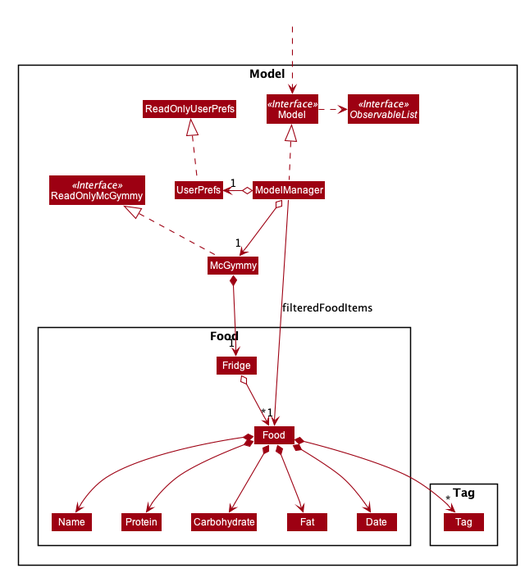
The PlantUML diagram docs/images/ModelClassDiagram.png in nus-cs2103-AY2021S1/tp, before a commit.
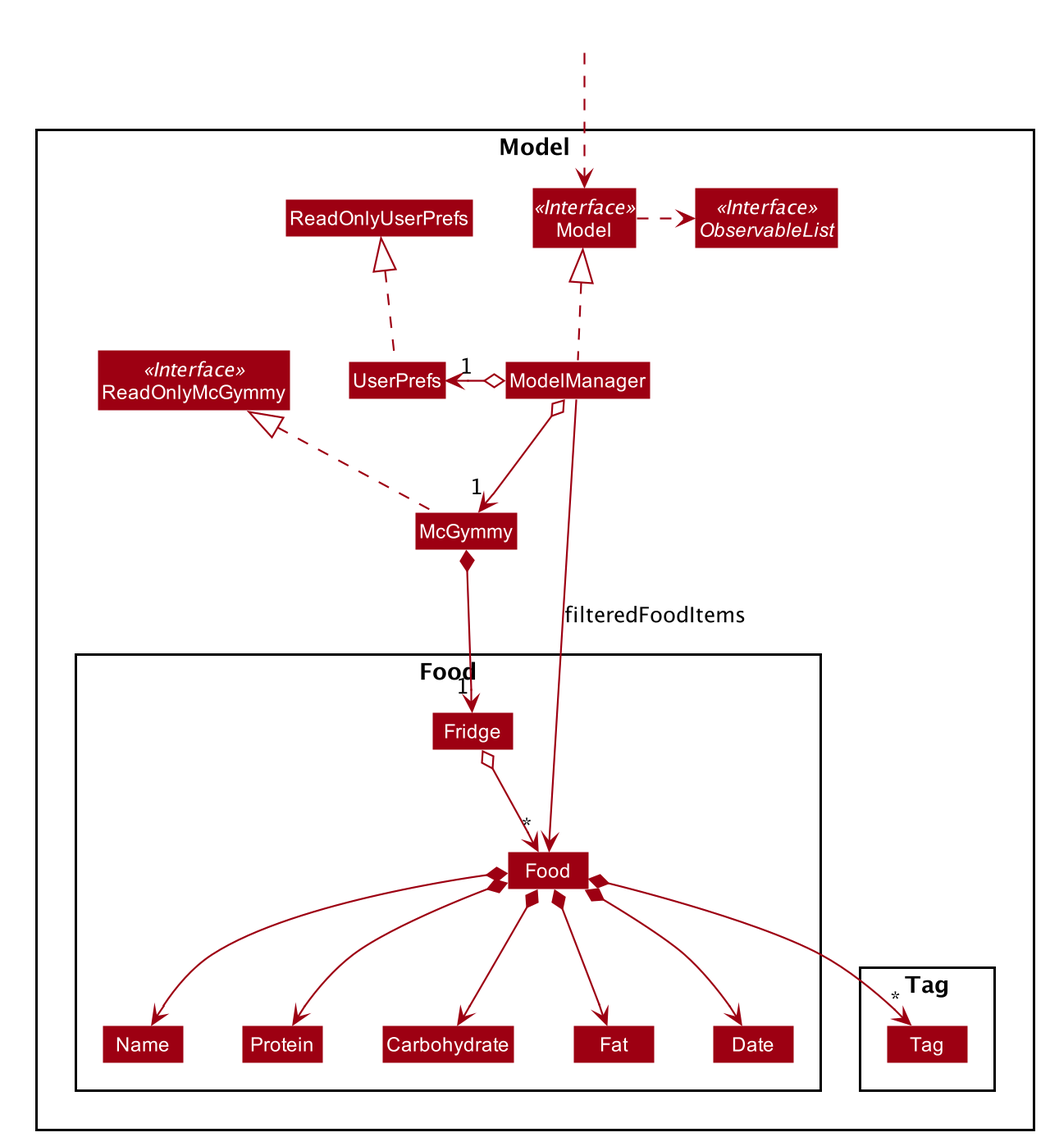
Later version of the same file.

Commit message:
Update model class diagram

The edit, as a diff of the source:
```diff
@@ -102,5 +102,5 @@
 Carbohydrate -[hidden]right-> Fat
 Fat -[hidden]right-> Date
 
-ModelManager -->"1" Food : filteredFoodItems
+ModelManager --> Food : filteredFoodItems
 @enduml
```
